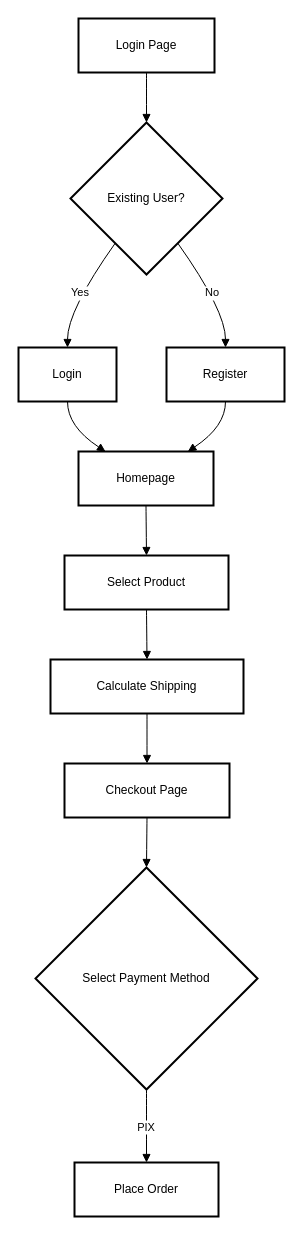
Above: Diagrama sem nome.drawio in Davi-D-Lucca/PontoG (draw.io), before the change. Source tidied: cells renumbered, new cells numbered last; positions are measured from the earlier drawing's top-left corner, leaving out a move shared by most shapes. Both pictures are drawn from the tidied source at 100%, with x=0, y=0 at pixel (18, 18).
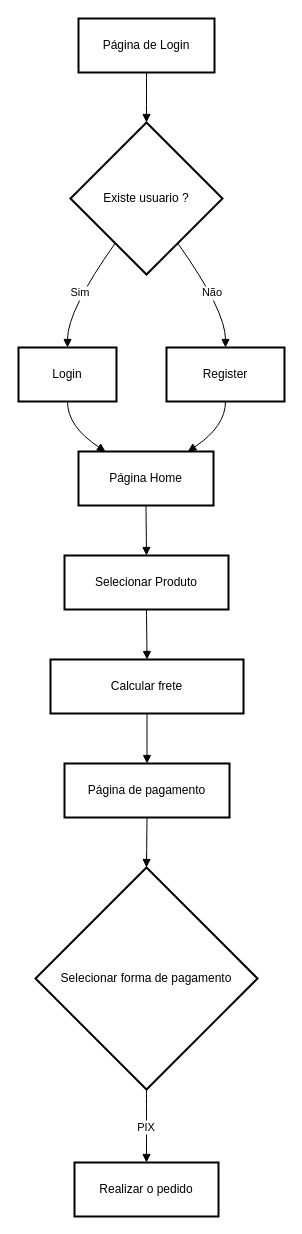
Above is the later version.

Unchanged cells that the change refers to:
```xml
<mxCell id="4" value="Login" style="whiteSpace=wrap;strokeWidth=2;" parent="1" vertex="1">
  <mxGeometry y="329" width="98" height="54" as="geometry" />
</mxCell>
<mxCell id="5" value="Register" style="whiteSpace=wrap;strokeWidth=2;" parent="1" vertex="1">
  <mxGeometry x="148" y="329" width="118" height="54" as="geometry" />
</mxCell>
```

What changed in the source:
```diff
@@
-    <mxCell id="2" value="Login Page" style="whiteSpace=wrap;strokeWidth=2;" parent="1" vertex="1">
+    <mxCell id="2" value="Página de Login" style="whiteSpace=wrap;strokeWidth=2;" parent="1" vertex="1">
       <mxGeometry x="60" width="136" height="54" as="geometry" />
     </mxCell>
-    <mxCell id="3" value="Existing User?" style="rhombus;strokeWidth=2;whiteSpace=wrap;" parent="1" vertex="1">
+    <mxCell id="3" value="Existe usuario ?" style="rhombus;strokeWidth=2;whiteSpace=wrap;" parent="1" vertex="1">
       <mxGeometry x="52" y="104" width="152" height="152" as="geometry" />
     </mxCell>
@@
-    <mxCell id="6" value="Homepage" style="whiteSpace=wrap;strokeWidth=2;" parent="1" vertex="1">
+    <mxCell id="6" value="Página Home" style="whiteSpace=wrap;strokeWidth=2;" parent="1" vertex="1">
       <mxGeometry x="60" y="433" width="135" height="54" as="geometry" />
     </mxCell>
-    <mxCell id="7" value="Select Product" style="whiteSpace=wrap;strokeWidth=2;" parent="1" vertex="1">
+    <mxCell id="7" value="Selecionar Produto" style="whiteSpace=wrap;strokeWidth=2;" parent="1" vertex="1">
       <mxGeometry x="46" y="537" width="164" height="54" as="geometry" />
     </mxCell>
-    <mxCell id="8" value="Calculate Shipping" style="whiteSpace=wrap;strokeWidth=2;" parent="1" vertex="1">
+    <mxCell id="8" value="Calcular frete" style="whiteSpace=wrap;strokeWidth=2;" parent="1" vertex="1">
       <mxGeometry x="32" y="641" width="193" height="54" as="geometry" />
     </mxCell>
-    <mxCell id="9" value="Checkout Page" style="whiteSpace=wrap;strokeWidth=2;" parent="1" vertex="1">
+    <mxCell id="9" value="Página de pagamento" style="whiteSpace=wrap;strokeWidth=2;" parent="1" vertex="1">
       <mxGeometry x="46" y="745" width="165" height="54" as="geometry" />
     </mxCell>
-    <mxCell id="10" value="Select Payment Method" style="rhombus;strokeWidth=2;whiteSpace=wrap;" parent="1" vertex="1">
+    <mxCell id="10" value="Selecionar forma de pagamento" style="rhombus;strokeWidth=2;whiteSpace=wrap;" parent="1" vertex="1">
       <mxGeometry x="17" y="849" width="222" height="222" as="geometry" />
     </mxCell>
-    <mxCell id="11" value="Place Order" style="whiteSpace=wrap;strokeWidth=2;" parent="1" vertex="1">
+    <mxCell id="11" value="Realizar o pedido" style="whiteSpace=wrap;strokeWidth=2;" parent="1" vertex="1">
       <mxGeometry x="56" y="1144" width="144" height="54" as="geometry" />
     </mxCell>
@@
-    <mxCell id="13" value="Yes" style="curved=1;startArrow=none;endArrow=block;exitX=0.15;exitY=1;entryX=0.5;entryY=0;" parent="1" edge="1" source="3" target="4">
+    <mxCell id="13" value="Sim" style="curved=1;startArrow=none;endArrow=block;exitX=0.15;exitY=1;entryX=0.5;entryY=0;" parent="1" edge="1" source="3" target="4">
       <mxGeometry relative="1" as="geometry">
         <Array as="points">
           <mxPoint x="49" y="292" />
         </Array>
       </mxGeometry>
     </mxCell>
-    <mxCell id="14" value="No" style="curved=1;startArrow=none;endArrow=block;exitX=0.85;exitY=1;entryX=0.5;entryY=0;" parent="1" edge="1" source="3" target="5">
+    <mxCell id="14" value="Não" style="curved=1;startArrow=none;endArrow=block;exitX=0.85;exitY=1;entryX=0.5;entryY=0;" parent="1" edge="1" source="3" target="5">
       <mxGeometry relative="1" as="geometry">
         <Array as="points">
           <mxPoint x="207" y="292" />
         </Array>
       </mxGeometry>
     </mxCell>
```
